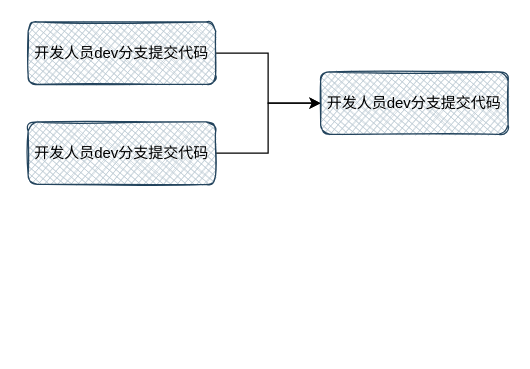
Before: 未命名绘图.drawio in lngg057/TestOne, a draw.io diagram. Source tidied: cells renumbered, new cells numbered last; positions are measured from the earlier drawing's top-left corner, leaving out a move shared by most shapes. Both pictures are drawn from the tidied source at 125%, with x=0, y=0 at pixel (28, 21).
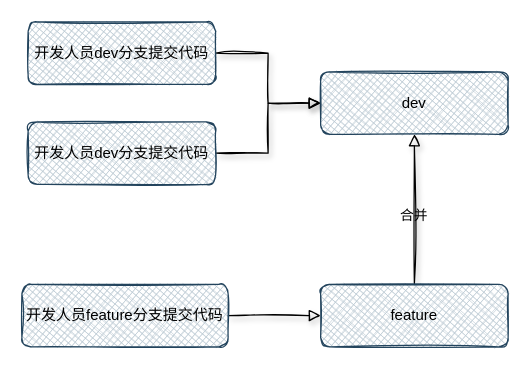
Above is the later version.

Commit message:
更新未命名绘图.drawio

Change to the diagram source:
```diff
@@
 <mxGraphModel>
   <root>
     <mxCell id="0" />
     <mxCell id="1" parent="0" />
-    <mxCell id="2" style="edgeStyle=orthogonalEdgeStyle;rounded=0;jettySize=auto;html=1;fontFamily=Helvetica;fontSize=12;fontColor=default;" parent="1" edge="1" source="3" target="4">
+    <mxCell id="2" style="edgeStyle=orthogonalEdgeStyle;rounded=0;jettySize=auto;html=1;fontFamily=Helvetica;fontSize=11;fontColor=default;endArrow=block;endFill=0;shadow=1;sketch=1;strokeWidth=1;endSize=7;startSize=7;" parent="1" edge="1" source="3" target="4">
       <mxGeometry relative="1" as="geometry" />
     </mxCell>
     <mxCell id="3" value="开发人员dev分支提交代码" style="rounded=1;whiteSpace=wrap;html=1;fillColor=#bac8d3;strokeColor=#23445d;gradientDirection=north;shadow=0;sketch=1;glass=0;fillStyle=cross-hatch;strokeWidth=1;perimeterSpacing=0;" parent="1" vertex="1">
       <mxGeometry width="150" height="50" as="geometry" />
     </mxCell>
-    <mxCell id="4" value="开发人员dev分支提交代码" style="rounded=1;whiteSpace=wrap;html=1;fillColor=#bac8d3;strokeColor=#23445d;gradientDirection=north;shadow=0;sketch=1;glass=0;fillStyle=cross-hatch;strokeWidth=1;perimeterSpacing=0;" parent="1" vertex="1">
+    <mxCell id="4" value="dev" style="rounded=1;whiteSpace=wrap;html=1;fillColor=#bac8d3;strokeColor=#23445d;gradientDirection=north;shadow=0;sketch=1;glass=0;fillStyle=cross-hatch;strokeWidth=1;perimeterSpacing=0;" parent="1" vertex="1">
       <mxGeometry x="234" y="40" width="150" height="50" as="geometry" />
     </mxCell>
-    <mxCell id="5" style="edgeStyle=orthogonalEdgeStyle;rounded=0;jettySize=auto;html=1;entryX=0;entryY=0.5;entryDx=0;entryDy=0;fontFamily=Helvetica;fontSize=12;fontColor=default;" parent="1" edge="1" source="6" target="4">
+    <mxCell id="5" style="edgeStyle=orthogonalEdgeStyle;rounded=0;jettySize=auto;html=1;entryX=0;entryY=0.5;entryDx=0;entryDy=0;fontFamily=Helvetica;fontSize=11;fontColor=default;endArrow=block;endFill=0;shadow=1;sketch=1;strokeWidth=1;endSize=7;startSize=7;" parent="1" edge="1" source="6" target="4">
       <mxGeometry relative="1" as="geometry" />
     </mxCell>
     <mxCell id="6" value="开发人员dev分支提交代码" style="rounded=1;whiteSpace=wrap;html=1;fillColor=#bac8d3;strokeColor=#23445d;gradientDirection=north;shadow=0;sketch=1;glass=0;fillStyle=cross-hatch;strokeWidth=1;perimeterSpacing=0;" parent="1" vertex="1">
       <mxGeometry y="80" width="150" height="50" as="geometry" />
     </mxCell>
+    <mxCell id="7" style="edgeStyle=orthogonalEdgeStyle;rounded=0;jettySize=auto;html=1;endArrow=block;endFill=0;shadow=1;sketch=1;strokeWidth=1;endSize=7;startSize=7;" parent="1" edge="1" source="8" target="10">
+      <mxGeometry relative="1" as="geometry" />
+    </mxCell>
+    <mxCell id="8" value="开发人员feature分支提交代码" style="rounded=1;whiteSpace=wrap;html=1;fillColor=#bac8d3;strokeColor=#23445d;gradientDirection=north;shadow=0;sketch=1;glass=0;fillStyle=cross-hatch;strokeWidth=1;perimeterSpacing=0;" parent="1" vertex="1">
+      <mxGeometry x="-5" y="210" width="165" height="50" as="geometry" />
+    </mxCell>
+    <mxCell id="9" style="edgeStyle=orthogonalEdgeStyle;jettySize=auto;html=1;entryX=0.5;entryY=1;entryDx=0;entryDy=0;rounded=0;endArrow=block;endFill=0;shadow=1;sketch=1;strokeWidth=1;endSize=7;startSize=7;jumpStyle=arc;" parent="1" edge="1" source="10" target="4">
+      <mxGeometry relative="1" as="geometry" />
+    </mxCell>
+    <mxCell id="10" value="feature" style="rounded=1;whiteSpace=wrap;html=1;fillColor=#bac8d3;strokeColor=#23445d;gradientDirection=north;shadow=0;sketch=1;glass=0;fillStyle=cross-hatch;strokeWidth=1;perimeterSpacing=0;" parent="1" vertex="1">
+      <mxGeometry x="234" y="210" width="150" height="50" as="geometry" />
+    </mxCell>
+    <mxCell id="11" value="合并" style="text;html=1;strokeColor=none;fillColor=none;align=center;verticalAlign=middle;whiteSpace=wrap;rounded=0;fontFamily=Helvetica;fontSize=11;fontColor=default;" parent="1" vertex="1">
+      <mxGeometry x="279" y="140" width="60" height="30" as="geometry" />
+    </mxCell>
   </root>
 </mxGraphModel>
```
